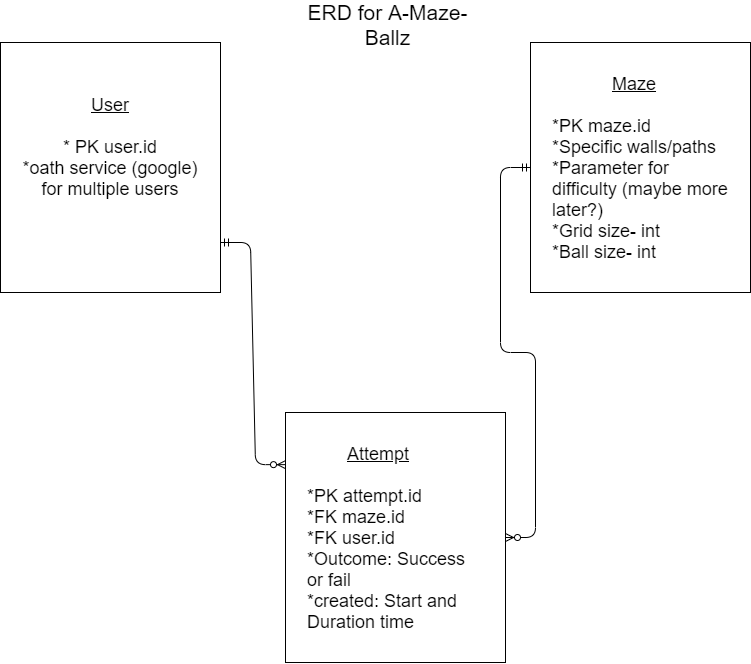
Before: docs/erd.png, a diagram exported from draw.io (edubois9119/a-maze-ballz). Source tidied: cells renumbered, new cells last; positions are measured from the earlier drawing's top-left corner, leaving out a move shared by most shapes. Its diagram source:
```xml
<mxGraphModel>
  <root>
    <mxCell id="0" />
    <mxCell id="1" parent="0" />
    <mxCell id="2" style="rounded=0;whiteSpace=wrap;html=1;" parent="1" vertex="1">
      <mxGeometry y="41" width="220" height="250" as="geometry" />
    </mxCell>
    <mxCell id="3" style="rounded=0;whiteSpace=wrap;html=1;" parent="1" vertex="1">
      <mxGeometry x="530" y="41" width="220" height="250" as="geometry" />
    </mxCell>
    <mxCell id="4" style="rounded=0;whiteSpace=wrap;html=1;" parent="1" vertex="1">
      <mxGeometry x="285" y="411" width="220" height="250" as="geometry" />
    </mxCell>
    <mxCell id="5" style="edgeStyle=entityRelationEdgeStyle;fontSize=12;html=1;endArrow=ERzeroToMany;startArrow=ERmandOne;entryX=-0.002;entryY=0.209;entryDx=0;entryDy=0;entryPerimeter=0;" parent="1" edge="1" target="4">
      <mxGeometry relative="1" as="geometry">
        <mxPoint x="220" y="241" as="sourcePoint" />
      </mxGeometry>
    </mxCell>
    <mxCell id="6" style="edgeStyle=entityRelationEdgeStyle;fontSize=12;html=1;endArrow=ERzeroToMany;startArrow=ERmandOne;" parent="1" edge="1" source="3" target="4">
      <mxGeometry relative="1" as="geometry" />
    </mxCell>
    <mxCell id="7" value="&lt;font style=&quot;font-size: 18px&quot;&gt;&lt;u&gt;User&lt;br&gt;&lt;/u&gt;&lt;br&gt;* PK user.id&lt;br&gt;*oath service (google) for multiple users&lt;br&gt;&lt;br&gt;&lt;br&gt;&lt;/font&gt;" style="text;html=1;strokeColor=none;fillColor=none;align=center;verticalAlign=middle;whiteSpace=wrap;rounded=0;" parent="1" vertex="1">
      <mxGeometry x="20" y="61" width="180" height="210" as="geometry" />
    </mxCell>
    <mxCell id="8" value="&lt;span style=&quot;font-size: 18px&quot;&gt;&amp;nbsp; &amp;nbsp; &amp;nbsp; &amp;nbsp; &amp;nbsp; &amp;nbsp; &lt;u&gt;Maze&lt;/u&gt;&lt;br&gt;&lt;br&gt;*PK maze.id&lt;br&gt;*Specific walls/paths&lt;br&gt;*Parameter for difficulty (maybe more later?)&lt;br&gt;*Grid size- int&lt;br&gt;*Ball size- int&lt;br&gt;&lt;/span&gt;" style="text;html=1;strokeColor=none;fillColor=none;align=left;verticalAlign=middle;whiteSpace=wrap;rounded=0;" parent="1" vertex="1">
      <mxGeometry x="550" y="61" width="180" height="210" as="geometry" />
    </mxCell>
    <mxCell id="9" value="&lt;font style=&quot;font-size: 18px&quot;&gt;&amp;nbsp; &amp;nbsp; &amp;nbsp; &amp;nbsp; &lt;u&gt;Attempt&lt;/u&gt;&lt;br&gt;&lt;br&gt;*PK attempt.id&lt;br&gt;*FK maze.id&lt;br&gt;*FK user.id&lt;br&gt;*Outcome: Success or fail&lt;br&gt;*created: Start and Duration time&lt;br&gt;&lt;/font&gt;" style="text;html=1;strokeColor=none;fillColor=none;align=left;verticalAlign=middle;whiteSpace=wrap;rounded=0;" parent="1" vertex="1">
      <mxGeometry x="305" y="431" width="180" height="210" as="geometry" />
    </mxCell>
    <mxCell id="10" value="&lt;font style=&quot;font-size: 21px&quot;&gt;ERD for A-Maze-Ballz&lt;/font&gt;" style="text;html=1;strokeColor=none;fillColor=none;align=center;verticalAlign=middle;whiteSpace=wrap;rounded=0;" parent="1" vertex="1">
      <mxGeometry x="278" width="217" height="20" as="geometry" />
    </mxCell>
  </root>
</mxGraphModel>
```
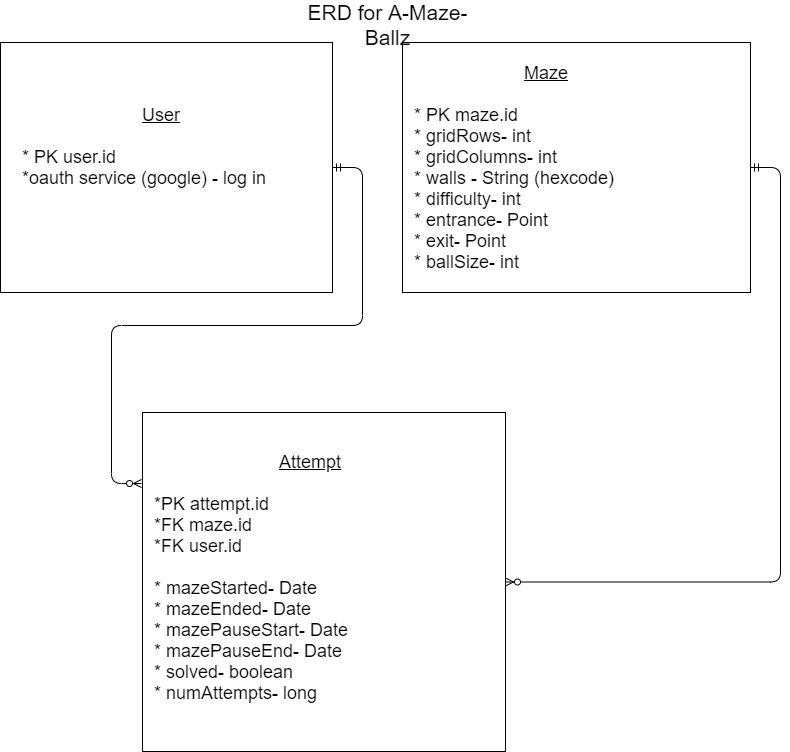
Above is the later version.

Commit message:
Implemented Google Sign-In Updated entity classes Updated README

Diff of the diagram source:
```diff
@@ -3,30 +3,28 @@
     <mxCell id="0" />
     <mxCell id="1" parent="0" />
     <mxCell id="2" style="rounded=0;whiteSpace=wrap;html=1;" parent="1" vertex="1">
-      <mxGeometry y="41" width="220" height="250" as="geometry" />
+      <mxGeometry y="41" width="332" height="250" as="geometry" />
     </mxCell>
     <mxCell id="3" style="rounded=0;whiteSpace=wrap;html=1;" parent="1" vertex="1">
-      <mxGeometry x="530" y="41" width="220" height="250" as="geometry" />
+      <mxGeometry x="402" y="41" width="348" height="250" as="geometry" />
     </mxCell>
     <mxCell id="4" style="rounded=0;whiteSpace=wrap;html=1;" parent="1" vertex="1">
-      <mxGeometry x="285" y="411" width="220" height="250" as="geometry" />
+      <mxGeometry x="142" y="411" width="363" height="339" as="geometry" />
     </mxCell>
-    <mxCell id="5" style="edgeStyle=entityRelationEdgeStyle;fontSize=12;html=1;endArrow=ERzeroToMany;startArrow=ERmandOne;entryX=-0.002;entryY=0.209;entryDx=0;entryDy=0;entryPerimeter=0;" parent="1" edge="1" target="4">
-      <mxGeometry relative="1" as="geometry">
-        <mxPoint x="220" y="241" as="sourcePoint" />
-      </mxGeometry>
+    <mxCell id="5" style="edgeStyle=entityRelationEdgeStyle;fontSize=12;html=1;endArrow=ERzeroToMany;startArrow=ERmandOne;entryX=-0.002;entryY=0.209;entryDx=0;entryDy=0;entryPerimeter=0;" parent="1" edge="1" source="2" target="4">
+      <mxGeometry relative="1" as="geometry" />
     </mxCell>
     <mxCell id="6" style="edgeStyle=entityRelationEdgeStyle;fontSize=12;html=1;endArrow=ERzeroToMany;startArrow=ERmandOne;" parent="1" edge="1" source="3" target="4">
       <mxGeometry relative="1" as="geometry" />
     </mxCell>
-    <mxCell id="7" value="&lt;font style=&quot;font-size: 18px&quot;&gt;&lt;u&gt;User&lt;br&gt;&lt;/u&gt;&lt;br&gt;* PK user.id&lt;br&gt;*oath service (google) for multiple users&lt;br&gt;&lt;br&gt;&lt;br&gt;&lt;/font&gt;" style="text;html=1;strokeColor=none;fillColor=none;align=center;verticalAlign=middle;whiteSpace=wrap;rounded=0;" parent="1" vertex="1">
-      <mxGeometry x="20" y="61" width="180" height="210" as="geometry" />
+    <mxCell id="7" value="&lt;font style=&quot;font-size: 18px&quot;&gt;&amp;nbsp; &amp;nbsp; &amp;nbsp; &amp;nbsp; &amp;nbsp; &amp;nbsp; &amp;nbsp; &amp;nbsp; &amp;nbsp; &amp;nbsp; &amp;nbsp; &amp;nbsp; &lt;u&gt;User&lt;br&gt;&lt;/u&gt;&lt;br&gt;* PK user.id&lt;br&gt;*oauth service (google) - log in&lt;br&gt;&lt;br&gt;&lt;br&gt;&lt;/font&gt;" style="text;html=1;strokeColor=none;fillColor=none;align=left;verticalAlign=middle;whiteSpace=wrap;rounded=0;" parent="1" vertex="1">
+      <mxGeometry x="20" y="61" width="292" height="210" as="geometry" />
     </mxCell>
-    <mxCell id="8" value="&lt;span style=&quot;font-size: 18px&quot;&gt;&amp;nbsp; &amp;nbsp; &amp;nbsp; &amp;nbsp; &amp;nbsp; &amp;nbsp; &lt;u&gt;Maze&lt;/u&gt;&lt;br&gt;&lt;br&gt;*PK maze.id&lt;br&gt;*Specific walls/paths&lt;br&gt;*Parameter for difficulty (maybe more later?)&lt;br&gt;*Grid size- int&lt;br&gt;*Ball size- int&lt;br&gt;&lt;/span&gt;" style="text;html=1;strokeColor=none;fillColor=none;align=left;verticalAlign=middle;whiteSpace=wrap;rounded=0;" parent="1" vertex="1">
-      <mxGeometry x="550" y="61" width="180" height="210" as="geometry" />
+    <mxCell id="8" value="&lt;span style=&quot;font-size: 18px&quot;&gt;&amp;nbsp; &amp;nbsp; &amp;nbsp; &amp;nbsp; &amp;nbsp; &amp;nbsp; &amp;nbsp; &amp;nbsp; &amp;nbsp; &amp;nbsp; &amp;nbsp;&amp;nbsp;&lt;u&gt;Maze&lt;/u&gt;&lt;br&gt;&lt;br&gt;* PK maze.id&lt;br&gt;* gridRows- int&amp;nbsp;&lt;br&gt;* gridColumns- int&lt;br&gt;* walls - String (hexcode)&lt;br&gt;* difficulty- int&lt;br&gt;* entrance- Point&lt;br&gt;* exit- Point&lt;br&gt;* &lt;span style=&quot;background-color: rgb(255 , 255 , 255)&quot;&gt;ballSize- int&lt;/span&gt;&lt;br&gt;&lt;/span&gt;" style="text;html=1;strokeColor=none;fillColor=none;align=left;verticalAlign=middle;whiteSpace=wrap;rounded=0;" parent="1" vertex="1">
+      <mxGeometry x="412" y="61" width="318" height="210" as="geometry" />
     </mxCell>
-    <mxCell id="9" value="&lt;font style=&quot;font-size: 18px&quot;&gt;&amp;nbsp; &amp;nbsp; &amp;nbsp; &amp;nbsp; &lt;u&gt;Attempt&lt;/u&gt;&lt;br&gt;&lt;br&gt;*PK attempt.id&lt;br&gt;*FK maze.id&lt;br&gt;*FK user.id&lt;br&gt;*Outcome: Success or fail&lt;br&gt;*created: Start and Duration time&lt;br&gt;&lt;/font&gt;" style="text;html=1;strokeColor=none;fillColor=none;align=left;verticalAlign=middle;whiteSpace=wrap;rounded=0;" parent="1" vertex="1">
-      <mxGeometry x="305" y="431" width="180" height="210" as="geometry" />
+    <mxCell id="9" value="&lt;font style=&quot;font-size: 18px&quot;&gt;&amp;nbsp; &amp;nbsp; &amp;nbsp; &amp;nbsp; &amp;nbsp; &amp;nbsp; &amp;nbsp; &amp;nbsp; &amp;nbsp; &amp;nbsp; &amp;nbsp; &amp;nbsp; &amp;nbsp;&lt;u&gt;Attempt&lt;/u&gt;&lt;br&gt;&lt;br&gt;*PK attempt.id&lt;br&gt;*FK maze.id&lt;br&gt;*FK user.id&lt;br&gt;&lt;br&gt;* mazeStarted- Date&lt;br&gt;* mazeEnded- Date&lt;br&gt;* mazePauseStart- Date&lt;br&gt;* mazePauseEnd- Date&lt;br&gt;* solved- boolean&lt;br&gt;* numAttempts- long&lt;br&gt;&lt;/font&gt;" style="text;html=1;strokeColor=none;fillColor=none;align=left;verticalAlign=middle;whiteSpace=wrap;rounded=0;" parent="1" vertex="1">
+      <mxGeometry x="152" y="431" width="333" height="289" as="geometry" />
     </mxCell>
     <mxCell id="10" value="&lt;font style=&quot;font-size: 21px&quot;&gt;ERD for A-Maze-Ballz&lt;/font&gt;" style="text;html=1;strokeColor=none;fillColor=none;align=center;verticalAlign=middle;whiteSpace=wrap;rounded=0;" parent="1" vertex="1">
       <mxGeometry x="278" width="217" height="20" as="geometry" />
```
